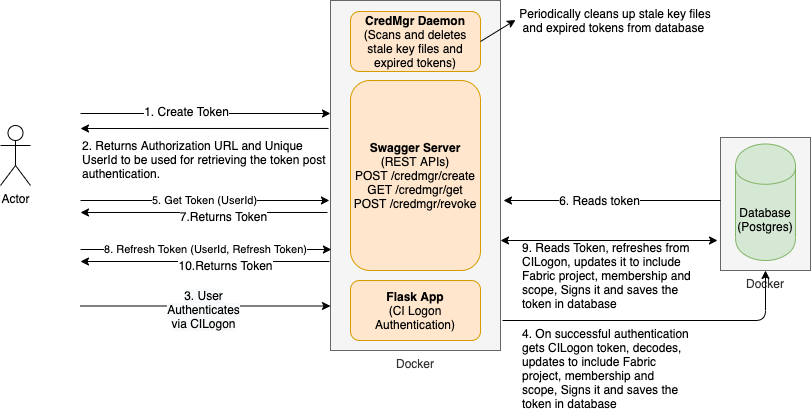
fabric-testbed/CredentialManager keeps this draw.io diagram as images/credmgr.png. Above is the earlier version. Source tidied: cells renumbered, new cells last; positions are measured from the earlier drawing's top-left corner, leaving out a move shared by most shapes.
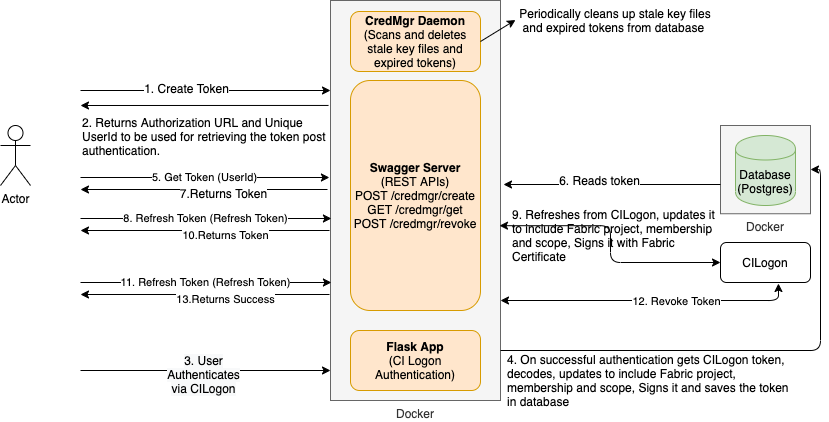
After the change.

The edit, as a diff of the source:
```diff
@@ -3,30 +3,30 @@
     <mxCell id="0" />
     <mxCell id="1" parent="0" />
     <mxCell id="2" value="Docker" style="rounded=0;whiteSpace=wrap;html=1;fillColor=#f5f5f5;align=center;labelPosition=center;verticalLabelPosition=bottom;verticalAlign=top;strokeColor=#666666;fontColor=#333333;" parent="1" vertex="1">
-      <mxGeometry x="720" y="137" width="90" height="133" as="geometry" />
+      <mxGeometry x="720" y="125" width="90" height="88.2" as="geometry" />
     </mxCell>
     <mxCell id="3" value="Docker" style="rounded=0;whiteSpace=wrap;html=1;fillColor=#f5f5f5;labelPosition=center;verticalLabelPosition=bottom;align=center;verticalAlign=top;strokeColor=#666666;fontColor=#333333;" parent="1" vertex="1">
-      <mxGeometry x="330" width="170" height="350" as="geometry" />
+      <mxGeometry x="330" width="170" height="400" as="geometry" />
     </mxCell>
     <mxCell id="4" value="Database&lt;br&gt;(Postgres)" style="shape=cylinder;whiteSpace=wrap;html=1;boundedLbl=1;backgroundOutline=1;fillColor=#d5e8d4;strokeColor=#82b366;" parent="1" vertex="1">
-      <mxGeometry x="735" y="143.5" width="60" height="116.5" as="geometry" />
+      <mxGeometry x="735" y="135" width="60" height="70" as="geometry" />
     </mxCell>
     <mxCell id="5" value="&lt;b&gt;CredMgr Daemon&lt;br&gt;&lt;/b&gt;(Scans and deletes stale key files and expired tokens)" style="rounded=1;whiteSpace=wrap;html=1;fillColor=#ffe6cc;strokeColor=#d79b00;" parent="1" vertex="1">
       <mxGeometry x="350" y="11" width="130" height="60" as="geometry" />
     </mxCell>
     <mxCell id="6" value="&lt;b&gt;Swagger Server&lt;br&gt;&lt;/b&gt;(REST APIs)&lt;br&gt;POST /credmgr/create&lt;br&gt;GET /credmgr/get&lt;br&gt;POST /credmgr/revoke" style="rounded=1;whiteSpace=wrap;html=1;fillColor=#ffe6cc;strokeColor=#d79b00;" parent="1" vertex="1">
-      <mxGeometry x="350" y="80" width="130" height="190" as="geometry" />
+      <mxGeometry x="350" y="80" width="130" height="230" as="geometry" />
     </mxCell>
     <mxCell id="7" value="&lt;b&gt;Flask App&lt;br&gt;&lt;/b&gt;(CI Logon Authentication)" style="rounded=1;whiteSpace=wrap;html=1;fillColor=#ffe6cc;strokeColor=#d79b00;" parent="1" vertex="1">
-      <mxGeometry x="350" y="280" width="130" height="60" as="geometry" />
+      <mxGeometry x="350" y="330" width="130" height="60" as="geometry" />
     </mxCell>
     <mxCell id="8" value="Actor" style="shape=umlActor;verticalLabelPosition=bottom;labelBackgroundColor=#ffffff;verticalAlign=top;html=1;" parent="1" vertex="1">
       <mxGeometry y="125" width="30" height="60" as="geometry" />
     </mxCell>
     <mxCell id="9" style="endArrow=classic;html=1;" parent="1" edge="1">
       <mxGeometry relative="1" as="geometry">
-        <mxPoint x="80" y="113" as="sourcePoint" />
-        <mxPoint x="330" y="113" as="targetPoint" />
+        <mxPoint x="80" y="90" as="sourcePoint" />
+        <mxPoint x="330" y="90" as="targetPoint" />
       </mxGeometry>
     </mxCell>
     <mxCell id="10" value="1. Create Token" style="text;html=1;align=center;verticalAlign=middle;labelBackgroundColor=#ffffff;" parent="9" vertex="1">
@@ -34,78 +34,74 @@
     </mxCell>
     <mxCell id="11" style="endArrow=classic;html=1;exitX=-0.011;exitY=0.557;exitDx=0;exitDy=0;exitPerimeter=0;" parent="1" edge="1">
       <mxGeometry relative="1" as="geometry">
-        <mxPoint x="328" y="128" as="sourcePoint" />
-        <mxPoint x="80" y="128" as="targetPoint" />
+        <mxPoint x="328" y="105" as="sourcePoint" />
+        <mxPoint x="80" y="105" as="targetPoint" />
       </mxGeometry>
     </mxCell>
     <mxCell id="12" value="2. Returns Authorization URL and Unique UserId to be used for retrieving the token post authentication." style="text;html=1;strokeColor=none;fillColor=none;align=left;verticalAlign=middle;whiteSpace=wrap;rounded=0;" parent="1" vertex="1">
-      <mxGeometry x="80" y="137" width="256" height="43" as="geometry" />
+      <mxGeometry x="80" y="114" width="256" height="43" as="geometry" />
     </mxCell>
     <mxCell id="13" style="endArrow=classic;html=1;" parent="1" edge="1">
       <mxGeometry relative="1" as="geometry">
-        <mxPoint x="80" y="305.5" as="sourcePoint" />
-        <mxPoint x="330" y="305.5" as="targetPoint" />
+        <mxPoint x="80" y="370" as="sourcePoint" />
+        <mxPoint x="330" y="370" as="targetPoint" />
       </mxGeometry>
     </mxCell>
     <mxCell id="14" value="&lt;span style=&quot;white-space: normal ; background-color: rgb(248 , 249 , 250)&quot;&gt;3. User Authenticates via CILogon&lt;/span&gt;" style="text;html=1;align=center;verticalAlign=middle;labelBackgroundColor=#ffffff;" parent="13" vertex="1">
       <mxGeometry x="-0.02" y="-3" relative="1" as="geometry" />
     </mxCell>
     <mxCell id="15" value="4. On successful authentication gets CILogon token, decodes, updates to include Fabric project, membership and scope, Signs it and saves the token in database" style="text;html=1;strokeColor=none;fillColor=none;align=left;verticalAlign=middle;whiteSpace=wrap;rounded=0;" parent="1" vertex="1">
-      <mxGeometry x="520" y="320" width="170" height="95" as="geometry" />
+      <mxGeometry x="505" y="350" width="290" height="60" as="geometry" />
     </mxCell>
     <mxCell id="16" value="5. Get Token (UserId)" style="endArrow=classic;html=1;entryX=-0.006;entryY=0.68;entryDx=0;entryDy=0;entryPerimeter=0;" parent="1" edge="1">
       <mxGeometry relative="1" as="geometry">
-        <mxPoint x="80" y="200" as="sourcePoint" />
-        <mxPoint x="328.9" y="200" as="targetPoint" />
+        <mxPoint x="80" y="177" as="sourcePoint" />
+        <mxPoint x="328.9" y="177" as="targetPoint" />
       </mxGeometry>
     </mxCell>
     <mxCell id="17" style="endArrow=classic;html=1;" parent="1" edge="1">
       <mxGeometry relative="1" as="geometry">
-        <mxPoint x="327" y="212" as="sourcePoint" />
-        <mxPoint x="80" y="212" as="targetPoint" />
+        <mxPoint x="327" y="189" as="sourcePoint" />
+        <mxPoint x="80" y="189" as="targetPoint" />
       </mxGeometry>
     </mxCell>
     <mxCell id="18" value="7.Returns Token" style="text;html=1;align=center;verticalAlign=middle;labelBackgroundColor=#ffffff;" parent="17" vertex="1">
       <mxGeometry x="-0.15" y="3" relative="1" as="geometry" />
     </mxCell>
-    <mxCell id="19" value="8. Refresh Token (UserId, Refresh Token)" style="endArrow=classic;html=1;entryX=-0.006;entryY=0.68;entryDx=0;entryDy=0;entryPerimeter=0;" parent="1" edge="1">
+    <mxCell id="19" value="8. Refresh Token (Refresh Token)" style="endArrow=classic;html=1;entryX=-0.006;entryY=0.68;entryDx=0;entryDy=0;entryPerimeter=0;" parent="1" edge="1">
       <mxGeometry relative="1" as="geometry">
-        <mxPoint x="80" y="249" as="sourcePoint" />
-        <mxPoint x="330.9" y="249" as="targetPoint" />
+        <mxPoint x="80" y="218" as="sourcePoint" />
+        <mxPoint x="330.9" y="218" as="targetPoint" />
       </mxGeometry>
     </mxCell>
     <mxCell id="20" style="endArrow=classic;html=1;" parent="1" edge="1">
       <mxGeometry relative="1" as="geometry">
-        <mxPoint x="329" y="261" as="sourcePoint" />
-        <mxPoint x="80" y="261" as="targetPoint" />
+        <mxPoint x="329" y="230" as="sourcePoint" />
+        <mxPoint x="80" y="230" as="targetPoint" />
       </mxGeometry>
     </mxCell>
-    <mxCell id="21" value="10.Returns Token" style="text;html=1;align=center;verticalAlign=middle;labelBackgroundColor=#ffffff;" parent="20" vertex="1">
+    <mxCell id="21" value="&lt;font style=&quot;font-size: 11px&quot;&gt;10.Returns Token&lt;/font&gt;" style="text;html=1;align=center;verticalAlign=middle;labelBackgroundColor=#ffffff;" parent="20" vertex="1">
       <mxGeometry x="-0.15" y="3" relative="1" as="geometry" />
     </mxCell>
     <mxCell id="22" style="endArrow=classic;html=1;" parent="1" edge="1">
       <mxGeometry relative="1" as="geometry">
-        <mxPoint x="720" y="200" as="sourcePoint" />
-        <mxPoint x="503" y="200" as="targetPoint" />
+        <mxPoint x="720" y="184" as="sourcePoint" />
+        <mxPoint x="503" y="184" as="targetPoint" />
       </mxGeometry>
     </mxCell>
     <mxCell id="23" value="6. Reads token" style="text;html=1;align=center;verticalAlign=middle;labelBackgroundColor=#ffffff;" parent="22" vertex="1">
-      <mxGeometry x="0.13" y="-1" relative="1" as="geometry" />
+      <mxGeometry x="0.13" y="-1" relative="1" as="geometry">
+        <mxPoint y="-4" as="offset" />
+      </mxGeometry>
     </mxCell>
-    <mxCell id="24" style="endArrow=classic;html=1;startArrow=classic;startFill=1;" parent="1" edge="1">
-      <mxGeometry relative="1" as="geometry">
-        <mxPoint x="717" y="240" as="sourcePoint" />
-        <mxPoint x="500" y="240" as="targetPoint" />
-      </mxGeometry>
-    </mxCell>
-    <mxCell id="25" value="9. Reads Token, refreshes from CILogon, updates it to include Fabric project, membership and scope, Signs it and saves the token in database" style="text;html=1;strokeColor=none;fillColor=none;align=left;verticalAlign=middle;whiteSpace=wrap;rounded=0;" parent="1" vertex="1">
-      <mxGeometry x="520" y="240" width="190" height="70" as="geometry" />
+    <mxCell id="25" value="9. Refreshes from CILogon, updates it to include Fabric project, membership and scope, Signs it with Fabric Certificate" style="text;html=1;strokeColor=none;fillColor=none;align=left;verticalAlign=middle;whiteSpace=wrap;rounded=0;" parent="1" vertex="1">
+      <mxGeometry x="510" y="205" width="210" height="60" as="geometry" />
     </mxCell>
-    <mxCell id="26" style="endArrow=classic;html=1;entryX=0.5;entryY=1;entryDx=0;entryDy=0;edgeStyle=orthogonalEdgeStyle;" parent="1" edge="1" target="2">
+    <mxCell id="26" style="endArrow=classic;html=1;edgeStyle=orthogonalEdgeStyle;jumpStyle=arc;" parent="1" edge="1" source="3" target="2">
       <mxGeometry relative="1" as="geometry">
-        <mxPoint x="502" y="320" as="sourcePoint" />
         <Array as="points">
-          <mxPoint x="765" y="320" />
+          <mxPoint x="820" y="350" />
+          <mxPoint x="820" y="169" />
         </Array>
       </mxGeometry>
     </mxCell>
@@ -115,5 +111,36 @@
     <mxCell id="28" style="endArrow=classic;html=1;entryX=0;entryY=0.5;entryDx=0;entryDy=0;exitX=1;exitY=0.5;exitDx=0;exitDy=0;" parent="1" edge="1" source="5" target="27">
       <mxGeometry relative="1" as="geometry" />
     </mxCell>
+    <mxCell id="29" value="CILogon" style="rounded=1;whiteSpace=wrap;html=1;" parent="1" vertex="1">
+      <mxGeometry x="720" y="242" width="90" height="40" as="geometry" />
+    </mxCell>
+    <mxCell id="30" style="endArrow=classic;html=1;entryX=0;entryY=0.5;entryDx=0;entryDy=0;exitX=0.994;exitY=0.563;exitDx=0;exitDy=0;startArrow=classic;startFill=1;edgeStyle=orthogonalEdgeStyle;exitPerimeter=0;" parent="1" edge="1" source="3" target="29">
+      <mxGeometry relative="1" as="geometry" />
+    </mxCell>
+    <mxCell id="31" value="11. Refresh Token (Refresh Token)" style="endArrow=classic;html=1;entryX=-0.006;entryY=0.68;entryDx=0;entryDy=0;entryPerimeter=0;" parent="1" edge="1">
+      <mxGeometry relative="1" as="geometry">
+        <mxPoint x="80" y="282" as="sourcePoint" />
+        <mxPoint x="330.9" y="282" as="targetPoint" />
+      </mxGeometry>
+    </mxCell>
+    <mxCell id="32" style="endArrow=classic;html=1;" parent="1" edge="1">
+      <mxGeometry relative="1" as="geometry">
+        <mxPoint x="329" y="294" as="sourcePoint" />
+        <mxPoint x="80" y="294" as="targetPoint" />
+      </mxGeometry>
+    </mxCell>
+    <mxCell id="33" value="&lt;font style=&quot;font-size: 11px&quot;&gt;13.Returns Success&lt;/font&gt;" style="text;html=1;align=center;verticalAlign=middle;labelBackgroundColor=#ffffff;" parent="32" vertex="1">
+      <mxGeometry x="-0.15" y="3" relative="1" as="geometry" />
+    </mxCell>
+    <mxCell id="34" style="endArrow=classic;startArrow=classic;html=1;entryX=0.644;entryY=1.025;entryDx=0;entryDy=0;entryPerimeter=0;exitX=1;exitY=0.75;exitDx=0;exitDy=0;edgeStyle=orthogonalEdgeStyle;" parent="1" edge="1" source="3" target="29">
+      <mxGeometry relative="1" as="geometry">
+        <Array as="points">
+          <mxPoint x="778" y="300" />
+        </Array>
+      </mxGeometry>
+    </mxCell>
+    <mxCell id="35" value="12. Revoke Token" style="edgeLabel;html=1;align=center;verticalAlign=middle;" parent="34" vertex="1">
+      <mxGeometry x="0.19" relative="1" as="geometry" />
+    </mxCell>
   </root>
 </mxGraphModel>
```
